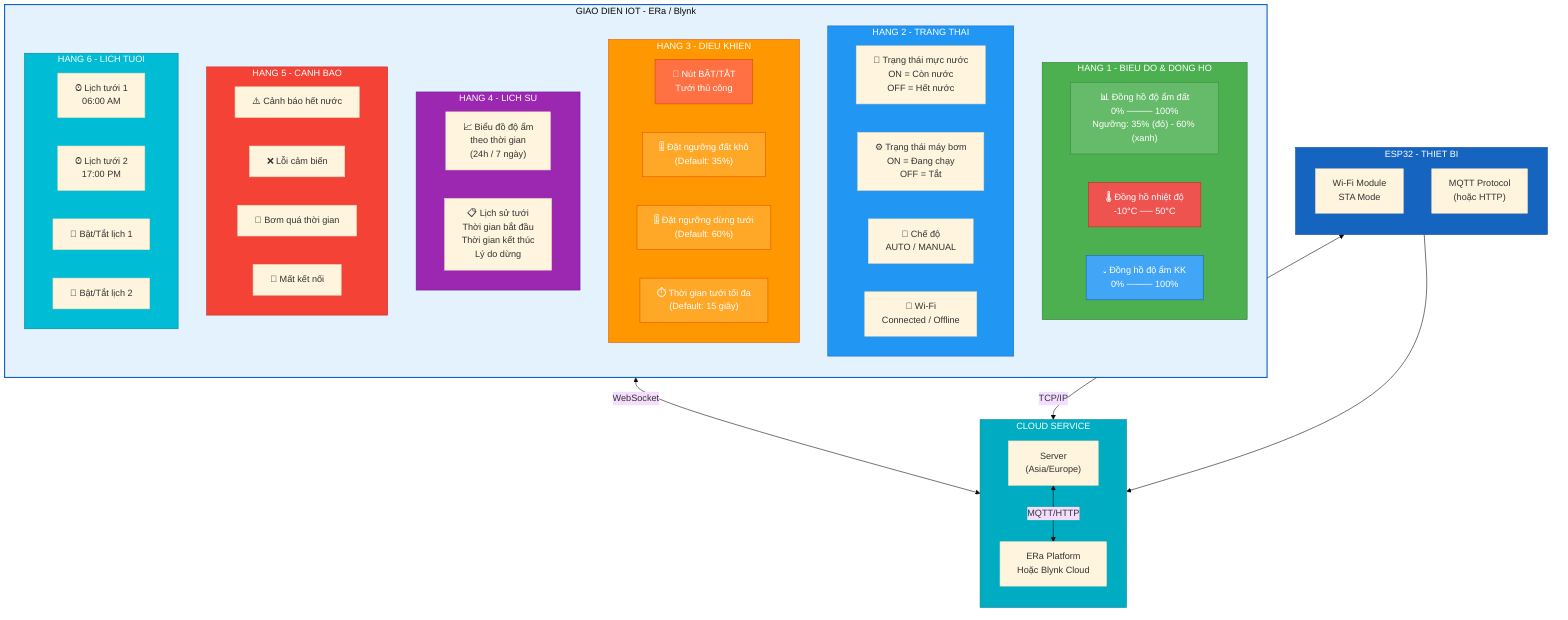
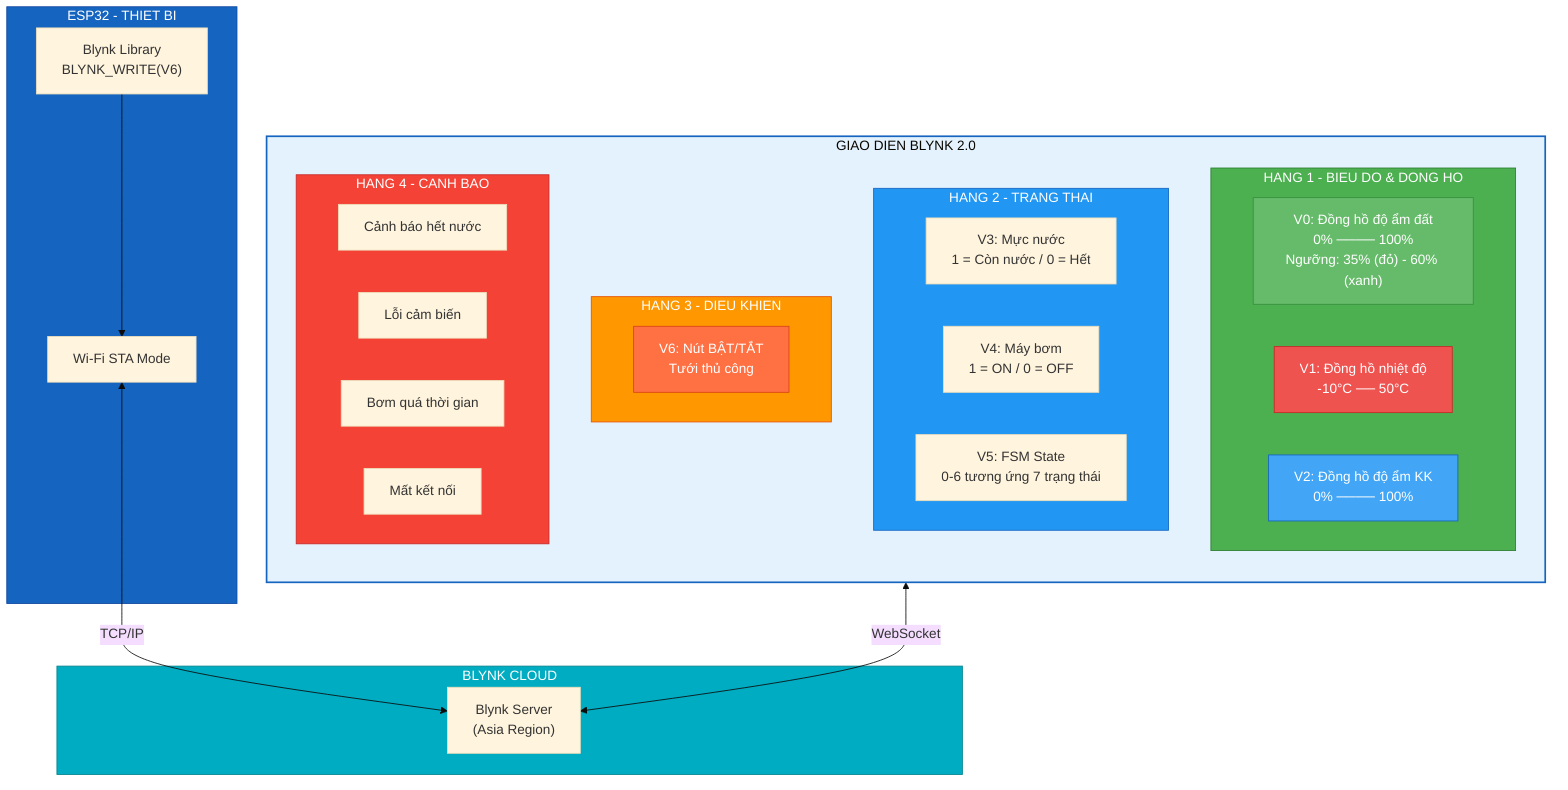
%%{init: {'theme': 'base'}}%%

graph TB
-     subgraph DASHBOARD["GIAO DIEN IOT - ERa / Blynk"]
+     subgraph DASHBOARD["GIAO DIEN BLYNK 2.0"]
        direction TB

-         subgraph ROW1["HANG 1 - BIEU DO & DONG HO"]
-             GAUGE1["📊 Đồng hồ độ ẩm đất<br/>0% ──── 100%<br/>Ngưỡng: 35% (đỏ) - 60% (xanh)"]
-             GAUGE2["🌡️ Đồng hồ nhiệt độ<br/>-10°C ── 50°C"]
-             GAUGE3["💧 Đồng hồ độ ẩm KK<br/>0% ──── 100%"]
+         subgraph ROW1["HANG 1 - BIEU DO &amp; DONG HO"]
+             GAUGE1["V0: Đồng hồ độ ẩm đất<br/>0% ──── 100%<br/>Ngưỡng: 35% (đỏ) - 60% (xanh)"]
+             GAUGE2["V1: Đồng hồ nhiệt độ<br/>-10°C ── 50°C"]
+             GAUGE3["V2: Đồng hồ độ ẩm KK<br/>0% ──── 100%"]
        end

        subgraph ROW2["HANG 2 - TRANG THAI"]
-             ST_WATER["🚰 Trạng thái mực nước<br/>ON = Còn nước<br/>OFF = Hết nước"]
-             ST_PUMP["⚙️ Trạng thái máy bơm<br/>ON = Đang chạy<br/>OFF = Tắt"]
-             ST_MODE["🔄 Chế độ<br/>AUTO / MANUAL"]
-             ST_WIFI["📶 Wi-Fi<br/>Connected / Offline"]
+             ST_WATER["V3: Mực nước<br/>1 = Còn nước / 0 = Hết"]
+             ST_PUMP["V4: Máy bơm<br/>1 = ON / 0 = OFF"]
+             ST_MODE["V5: FSM State<br/>0-6 tương ứng 7 trạng thái"]
        end

        subgraph ROW3["HANG 3 - DIEU KHIEN"]
-             BTN_MANUAL["🔘 Nút BẬT/TẮT<br/>Tưới thủ công"]
-             SLIDER_LOW["🎚️ Đặt ngưỡng đất khô<br/>(Default: 35%)"]
-             SLIDER_HIGH["🎚️ Đặt ngưỡng dừng tưới<br/>(Default: 60%)"]
-             SLIDER_TIMEOUT["⏱️ Thời gian tưới tối đa<br/>(Default: 15 giây)"]
+             BTN_MANUAL["V6: Nút BẬT/TẮT<br/>Tưới thủ công"]
        end

-         subgraph ROW4["HANG 4 - LICH SU"]
-             CHART["📈 Biểu đồ độ ẩm<br/>theo thời gian<br/>(24h / 7 ngày)"]
-             HISTORY["📋 Lịch sử tưới<br/>Thời gian bắt đầu<br/>Thời gian kết thúc<br/>Lý do dừng"]
-         end
- 
-         subgraph ROW5["HANG 5 - CANH BAO"]
-             NOTI_WARN["⚠️ Cảnh báo hết nước"]
-             NOTI_ERR["❌ Lỗi cảm biến"]
-             NOTI_PUMP["🔧 Bơm quá thời gian"]
-             NOTI_WIFI["📡 Mất kết nối"]
-         end
- 
-         subgraph SCHEDULE["HANG 6 - LICH TUOI"]
-             TIME1["⏰ Lịch tưới 1<br/>06:00 AM"]
-             TIME2["⏰ Lịch tưới 2<br/>17:00 PM"]
-             TOGGLE1["🔘 Bật/Tắt lịch 1"]
-             TOGGLE2["🔘 Bật/Tắt lịch 2"]
+         subgraph ROW4["HANG 4 - CANH BAO"]
+             NOTI_WARN["Cảnh báo hết nước"]
+             NOTI_ERR["Lỗi cảm biến"]
+             NOTI_PUMP["Bơm quá thời gian"]
+             NOTI_WIFI["Mất kết nối"]
        end
    end

    subgraph DEVICE["ESP32 - THIET BI"]
-         direction TB
-         WIFI_MOD["Wi-Fi Module<br/>STA Mode"]
-         MQTT["MQTT Protocol<br/>(hoặc HTTP)"]
+         WIFI_MOD["Wi-Fi STA Mode"]
+         BLYNK_CLI["Blynk Library<br/>BLYNK_WRITE(V6)"]
    end

-     subgraph CLOUD_SVC["CLOUD SERVICE"]
-         direction TB
-         ERa["ERa Platform<br/>Hoặc Blynk Cloud"]
-         SERVER["Server<br/>(Asia/Europe)"]
+     subgraph CLOUD_SVC["BLYNK CLOUD"]
+         SERVER["Blynk Server<br/>(Asia Region)"]
    end

    WIFI_MOD <-->|"TCP/IP"| SERVER
-     SERVER <-->|"MQTT/HTTP"| ERa
-     MQTT --> SERVER
- 
-     DASHBOARD <-->|"WebSocket"| ERa
+     BLYNK_CLI --> WIFI_MOD
+     DASHBOARD <-->|"WebSocket"| SERVER

    style DASHBOARD fill:#E3F2FD,stroke:#1565C0,stroke-width:2px
    style ROW1 fill:#4CAF50,stroke:#2E7D32,color:#fff
    style ROW2 fill:#2196F3,stroke:#1565C0,color:#fff
    style ROW3 fill:#FF9800,stroke:#E65100,color:#fff
-     style ROW4 fill:#9C27B0,stroke:#6A1B9A,color:#fff
-     style ROW5 fill:#F44336,stroke:#C62828,color:#fff
-     style SCHEDULE fill:#00BCD4,stroke:#00838F,color:#fff
+     style ROW4 fill:#F44336,stroke:#C62828,color:#fff
    style DEVICE fill:#1565C0,stroke:#0D47A1,color:#fff
    style CLOUD_SVC fill:#00ACC1,stroke:#00838F,color:#fff
    style GAUGE1 fill:#66BB6A,stroke:#388E3C,color:#fff
    style GAUGE2 fill:#EF5350,stroke:#C62828,color:#fff
    style GAUGE3 fill:#42A5F5,stroke:#1565C0,color:#fff
    style BTN_MANUAL fill:#FF7043,stroke:#D84315,color:#fff
-     style SLIDER_LOW fill:#FFA726,stroke:#E65100,color:#fff
-     style SLIDER_HIGH fill:#FFA726,stroke:#E65100,color:#fff
-     style SLIDER_TIMEOUT fill:#FFA726,stroke:#E65100,color:#fff
